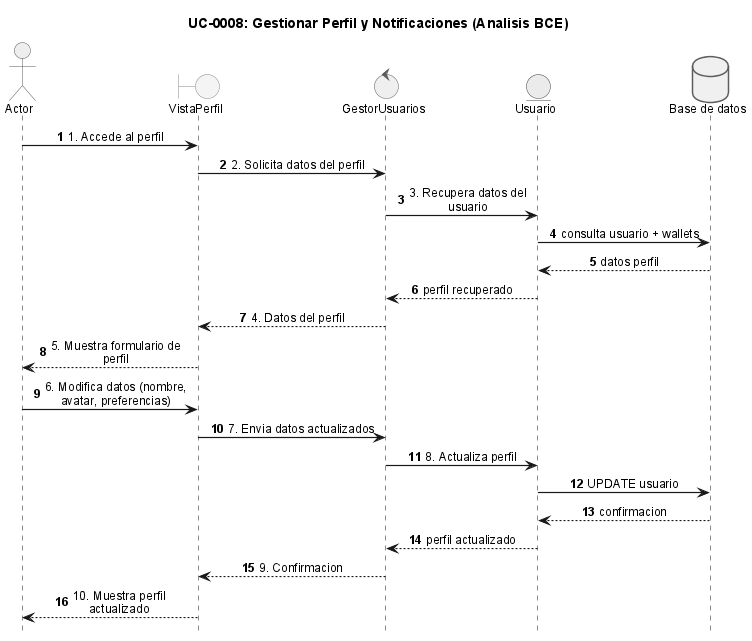
Before: anexos/diagramas/seq-bce-uc0008-profile.png, a diagram exported from PlantUML (ErDeivih/DocumentChain). The source it was exported from:
```plantuml
@startuml
!include _sequence-bce-style.puml

title UC-0008: Gestionar Perfil y Notificaciones (Analisis BCE)

actor Actor
boundary "VistaPerfil" as BF
control "GestorUsuarios" as CU
entity "Usuario" as EU

database "Base de datos" as DB

Actor -> BF : 1. Accede al perfil
BF -> CU : 2. Solicita datos del perfil
CU -> EU : 3. Recupera datos del usuario
EU -> DB : consulta usuario + wallets
DB --> EU : datos perfil
EU --> CU : perfil recuperado
CU --> BF : 4. Datos del perfil
BF --> Actor : 5. Muestra formulario de perfil

Actor -> BF : 6. Modifica datos (nombre, avatar, preferencias)
BF -> CU : 7. Envia datos actualizados
CU -> EU : 8. Actualiza perfil
EU -> DB : UPDATE usuario
DB --> EU : confirmacion
EU --> CU : perfil actualizado
CU --> BF : 9. Confirmacion
BF --> Actor : 10. Muestra perfil actualizado

@enduml
```
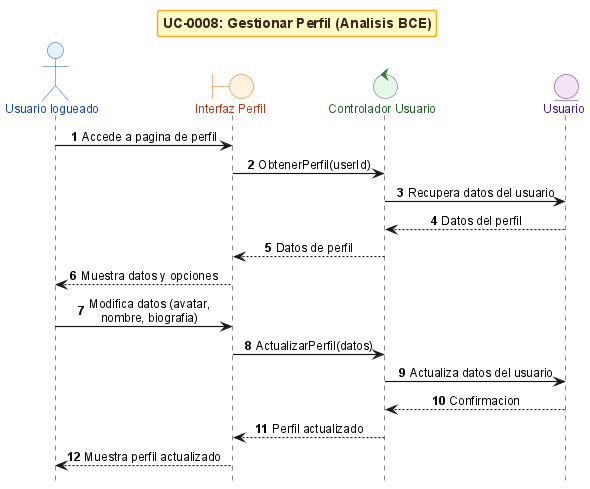
The same diagram one commit later.

What changed in the source:
```diff
@@ -1,31 +1,24 @@
 @startuml
 !include _sequence-bce-style.puml
 
-title UC-0008: Gestionar Perfil y Notificaciones (Analisis BCE)
+title UC-0008: Gestionar Perfil (Analisis BCE)
 
-actor Actor
-boundary "VistaPerfil" as BF
-control "GestorUsuarios" as CU
+actor "Usuario logueado" as Actor
+boundary "Interfaz Perfil" as BU
+control "Controlador Usuario" as CO
 entity "Usuario" as EU
 
-database "Base de datos" as DB
-
-Actor -> BF : 1. Accede al perfil
-BF -> CU : 2. Solicita datos del perfil
-CU -> EU : 3. Recupera datos del usuario
-EU -> DB : consulta usuario + wallets
-DB --> EU : datos perfil
-EU --> CU : perfil recuperado
-CU --> BF : 4. Datos del perfil
-BF --> Actor : 5. Muestra formulario de perfil
-
-Actor -> BF : 6. Modifica datos (nombre, avatar, preferencias)
-BF -> CU : 7. Envia datos actualizados
-CU -> EU : 8. Actualiza perfil
-EU -> DB : UPDATE usuario
-DB --> EU : confirmacion
-EU --> CU : perfil actualizado
-CU --> BF : 9. Confirmacion
-BF --> Actor : 10. Muestra perfil actualizado
+Actor -> BU : Accede a pagina de perfil
+BU -> CO : ObtenerPerfil(userId)
+CO -> EU : Recupera datos del usuario
+EU --> CO : Datos del perfil
+CO --> BU : Datos de perfil
+BU --> Actor : Muestra datos y opciones
+Actor -> BU : Modifica datos (avatar, nombre, biografia)
+BU -> CO : ActualizarPerfil(datos)
+CO -> EU : Actualiza datos del usuario
+EU --> CO : Confirmacion
+CO --> BU : Perfil actualizado
+BU --> Actor : Muestra perfil actualizado
 
 @enduml
```
